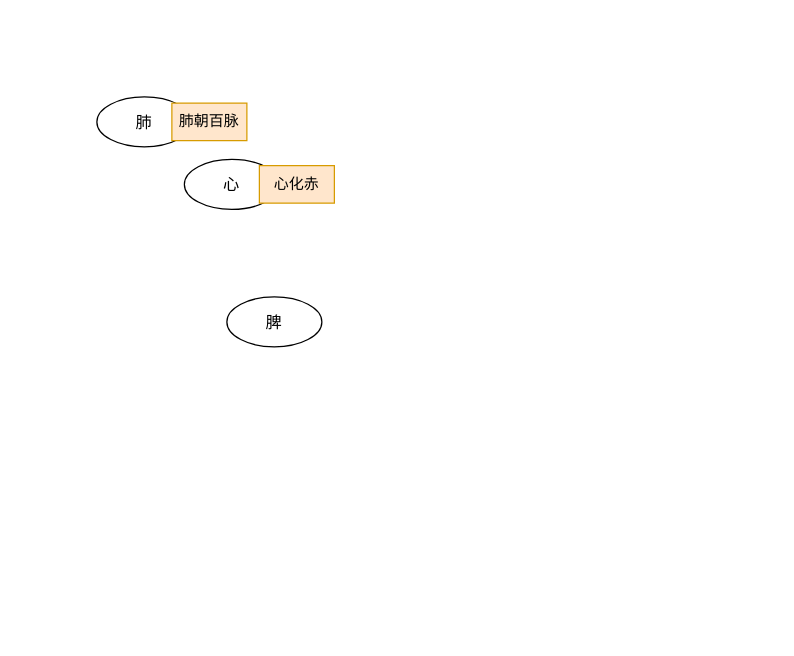
This is 医门推敲叁/中医藏象学说/藏像学说之脾/脾的主要生理功能/006脾主升.drawio from 328507133/chart, a draw.io file, before an edit. Source tidied: cells renumbered, new cells numbered last; positions are measured from the earlier drawing's top-left corner, leaving out a move shared by most shapes. Both pictures are drawn from the tidied source at 125%, with x=0, y=0 at pixel (96, 96).
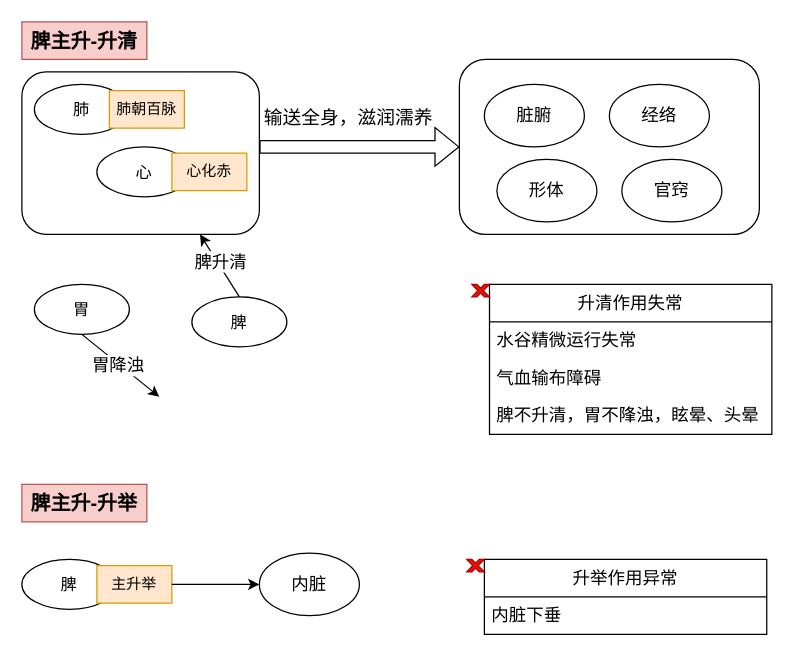
After the change.

Commit message (it also covers changes not shown here):
更新006脾主升.drawio

What changed in the source:
```diff
@@
+    <mxCell id="12" style="rounded=1;whiteSpace=wrap;html=1;" parent="1" vertex="1">
+      <mxGeometry x="-60" y="-20" width="190" height="130" as="geometry" />
+    </mxCell>
     <mxCell id="2" style="group;" parent="1" vertex="1">
-      <mxGeometry width="120" height="40" as="geometry" />
+      <mxGeometry x="-50" y="-10" width="120" height="40" as="geometry" />
     </mxCell>
@@
     <mxCell id="6" style="group;" parent="1" vertex="1">
-      <mxGeometry x="70" y="50" width="120" height="40" as="geometry" />
+      <mxGeometry y="40" width="120" height="40" as="geometry" />
     </mxCell>
@@
-    <mxCell id="10" style="group;" parent="1" vertex="1">
-      <mxGeometry x="104" y="160" width="120" height="40" as="geometry" />
-    </mxCell>
+    <mxCell id="13" style="endArrow=classic;html=1;rounded=0;exitX=0.5;exitY=0;exitDx=0;exitDy=0;entryX=0.75;entryY=1;entryDx=0;entryDy=0;" parent="1" edge="1" source="11" target="12">
+      <mxGeometry relative="1" as="geometry" />
+    </mxCell>
+    <mxCell id="14" value="脾升清" style="edgeLabel;html=1;align=center;verticalAlign=middle;fontSize=14;" parent="13" vertex="1">
+      <mxGeometry x="0.07" y="-2" relative="1" as="geometry" />
+    </mxCell>
-    <mxCell id="11" value="脾" style="ellipse;whiteSpace=wrap;html=1;fontSize=13;" parent="10" vertex="1">
-      <mxGeometry width="76" height="40" as="geometry" />
+    <mxCell id="11" value="脾" style="ellipse;whiteSpace=wrap;html=1;fontSize=13;" parent="1" vertex="1">
+      <mxGeometry x="76" y="160" width="76" height="40" as="geometry" />
     </mxCell>
+    <mxCell id="15" value="胃" style="ellipse;whiteSpace=wrap;html=1;fontSize=13;" parent="1" vertex="1">
+      <mxGeometry x="-50" y="150" width="76" height="40" as="geometry" />
+    </mxCell>
+    <mxCell id="16" style="endArrow=classic;html=1;rounded=0;exitX=0.5;exitY=1;exitDx=0;exitDy=0;" parent="1" edge="1" source="15">
+      <mxGeometry relative="1" as="geometry">
+        <mxPoint x="50" y="240" as="targetPoint" />
+      </mxGeometry>
+    </mxCell>
+    <mxCell id="17" value="胃降浊" style="edgeLabel;html=1;align=center;verticalAlign=middle;fontSize=14;" parent="16" vertex="1">
+      <mxGeometry x="-0.06" y="-1" relative="1" as="geometry" />
+    </mxCell>
+    <mxCell id="18" style="group;" parent="1" vertex="1">
+      <mxGeometry x="300" y="150" width="240" height="90" as="geometry" />
+    </mxCell>
+    <mxCell id="19" value="升清作用失常" style="swimlane;fontStyle=0;horizontal=1;startSize=30;whiteSpace=wrap;html=1;fontSize=14;" parent="18" vertex="1">
+      <mxGeometry x="14.1" width="225.9" height="120" as="geometry" />
+    </mxCell>
+    <mxCell id="20" value="水谷精微运行失常" style="text;strokeColor=none;fillColor=none;align=left;verticalAlign=middle;spacingLeft=4;spacingRight=4;overflow=hidden;whiteSpace=wrap;html=1;fontSize=14;" parent="19" vertex="1">
+      <mxGeometry y="30" width="225.9" height="30" as="geometry" />
+    </mxCell>
+    <mxCell id="21" value="气血输布障碍" style="text;strokeColor=none;fillColor=none;align=left;verticalAlign=middle;spacingLeft=4;spacingRight=4;overflow=hidden;whiteSpace=wrap;html=1;fontSize=14;" parent="19" vertex="1">
+      <mxGeometry y="60" width="225.9" height="30" as="geometry" />
+    </mxCell>
+    <mxCell id="22" value="脾不升清，胃不䧏浊，眩晕、头晕" style="text;strokeColor=none;fillColor=none;align=left;verticalAlign=middle;spacingLeft=4;spacingRight=4;overflow=hidden;whiteSpace=wrap;html=1;fontSize=14;" parent="19" vertex="1">
+      <mxGeometry y="90" width="225.9" height="30" as="geometry" />
+    </mxCell>
+    <mxCell id="23" style="verticalLabelPosition=bottom;verticalAlign=top;html=1;shape=mxgraph.basic.x;fillColor=#e51400;strokeColor=#B20000;fontColor=#ffffff;" parent="18" vertex="1">
+      <mxGeometry width="14.1" height="10" as="geometry" />
+    </mxCell>
+    <mxCell id="24" style="rounded=1;whiteSpace=wrap;html=1;" parent="1" vertex="1">
+      <mxGeometry x="290" y="-30" width="240" height="140" as="geometry" />
+    </mxCell>
+    <mxCell id="25" value="脏腑" style="ellipse;whiteSpace=wrap;html=1;fontSize=14;" parent="1" vertex="1">
+      <mxGeometry x="310" y="-10" width="80" height="50" as="geometry" />
+    </mxCell>
+    <mxCell id="26" value="经络" style="ellipse;whiteSpace=wrap;html=1;fontSize=14;" parent="1" vertex="1">
+      <mxGeometry x="410" y="-10" width="80" height="50" as="geometry" />
+    </mxCell>
+    <mxCell id="27" value="形体" style="ellipse;whiteSpace=wrap;html=1;fontSize=14;" parent="1" vertex="1">
+      <mxGeometry x="320" y="50" width="80" height="50" as="geometry" />
+    </mxCell>
+    <mxCell id="28" value="官窍" style="ellipse;whiteSpace=wrap;html=1;fontSize=14;" parent="1" vertex="1">
+      <mxGeometry x="420" y="50" width="80" height="50" as="geometry" />
+    </mxCell>
+    <mxCell id="29" style="shape=flexArrow;endArrow=classic;html=1;rounded=0;entryX=0;entryY=0.5;entryDx=0;entryDy=0;" parent="1" edge="1" target="24">
+      <mxGeometry relative="1" as="geometry">
+        <mxPoint x="130" y="40" as="sourcePoint" />
+      </mxGeometry>
+    </mxCell>
+    <mxCell id="30" value="输送全身，滋润濡养" style="edgeLabel;html=1;align=center;verticalAlign=middle;fontSize=15;" parent="29" vertex="1">
+      <mxGeometry x="-0.33" y="-1" relative="1" as="geometry">
+        <mxPoint x="16" y="-26" as="offset" />
+      </mxGeometry>
+    </mxCell>
+    <mxCell id="31" value="脾主升-升清" style="text;html=1;strokeColor=#b85450;fillColor=#f8cecc;align=center;verticalAlign=middle;whiteSpace=wrap;rounded=0;fontSize=16;fontStyle=1;" parent="1" vertex="1">
+      <mxGeometry x="-60" y="-60" width="100" height="30" as="geometry" />
+    </mxCell>
+    <mxCell id="32" value="脾主升-升举" style="text;html=1;strokeColor=#b85450;fillColor=#f8cecc;align=center;verticalAlign=middle;whiteSpace=wrap;rounded=0;fontSize=16;fontStyle=1;" parent="1" vertex="1">
+      <mxGeometry x="-60" y="310" width="100" height="30" as="geometry" />
+    </mxCell>
+    <mxCell id="33" value="升举作用异常" style="swimlane;fontStyle=0;horizontal=1;startSize=30;whiteSpace=wrap;html=1;fontSize=14;" parent="1" vertex="1">
+      <mxGeometry x="310" y="370" width="225.9" height="60" as="geometry" />
+    </mxCell>
+    <mxCell id="34" value="内脏下垂" style="text;strokeColor=none;fillColor=none;align=left;verticalAlign=middle;spacingLeft=4;spacingRight=4;overflow=hidden;whiteSpace=wrap;html=1;fontSize=14;" parent="33" vertex="1">
+      <mxGeometry y="30" width="225.9" height="30" as="geometry" />
+    </mxCell>
+    <mxCell id="35" style="verticalLabelPosition=bottom;verticalAlign=top;html=1;shape=mxgraph.basic.x;fillColor=#e51400;strokeColor=#B20000;fontColor=#ffffff;" parent="1" vertex="1">
+      <mxGeometry x="295.9" y="370" width="14.1" height="10" as="geometry" />
+    </mxCell>
+    <mxCell id="36" style="group;" parent="1" vertex="1">
+      <mxGeometry x="-60" y="370" width="120" height="40" as="geometry" />
+    </mxCell>
+    <mxCell id="37" value="脾" style="ellipse;whiteSpace=wrap;html=1;fontSize=13;" parent="36" vertex="1">
+      <mxGeometry width="76" height="40" as="geometry" />
+    </mxCell>
+    <mxCell id="38" style="endArrow=classic;html=1;rounded=0;exitX=1;exitY=0.5;exitDx=0;exitDy=0;" parent="36" edge="1" source="37" target="39">
+      <mxGeometry relative="1" as="geometry" />
+    </mxCell>
+    <mxCell id="39" value="主升举" style="text;html=1;strokeColor=#d79b00;fillColor=#ffe6cc;align=center;verticalAlign=middle;whiteSpace=wrap;rounded=0;" parent="36" vertex="1">
+      <mxGeometry x="60" y="5" width="60" height="30" as="geometry" />
+    </mxCell>
+    <mxCell id="40" value="内脏" style="ellipse;whiteSpace=wrap;html=1;fontSize=14;" parent="1" vertex="1">
+      <mxGeometry x="130" y="365" width="80" height="50" as="geometry" />
+    </mxCell>
+    <mxCell id="41" style="edgeStyle=orthogonalEdgeStyle;rounded=0;jettySize=auto;html=1;exitX=1;exitY=0.5;exitDx=0;exitDy=0;entryX=0;entryY=0.5;entryDx=0;entryDy=0;" parent="1" edge="1" source="39" target="40">
+      <mxGeometry relative="1" as="geometry" />
+    </mxCell>
```
